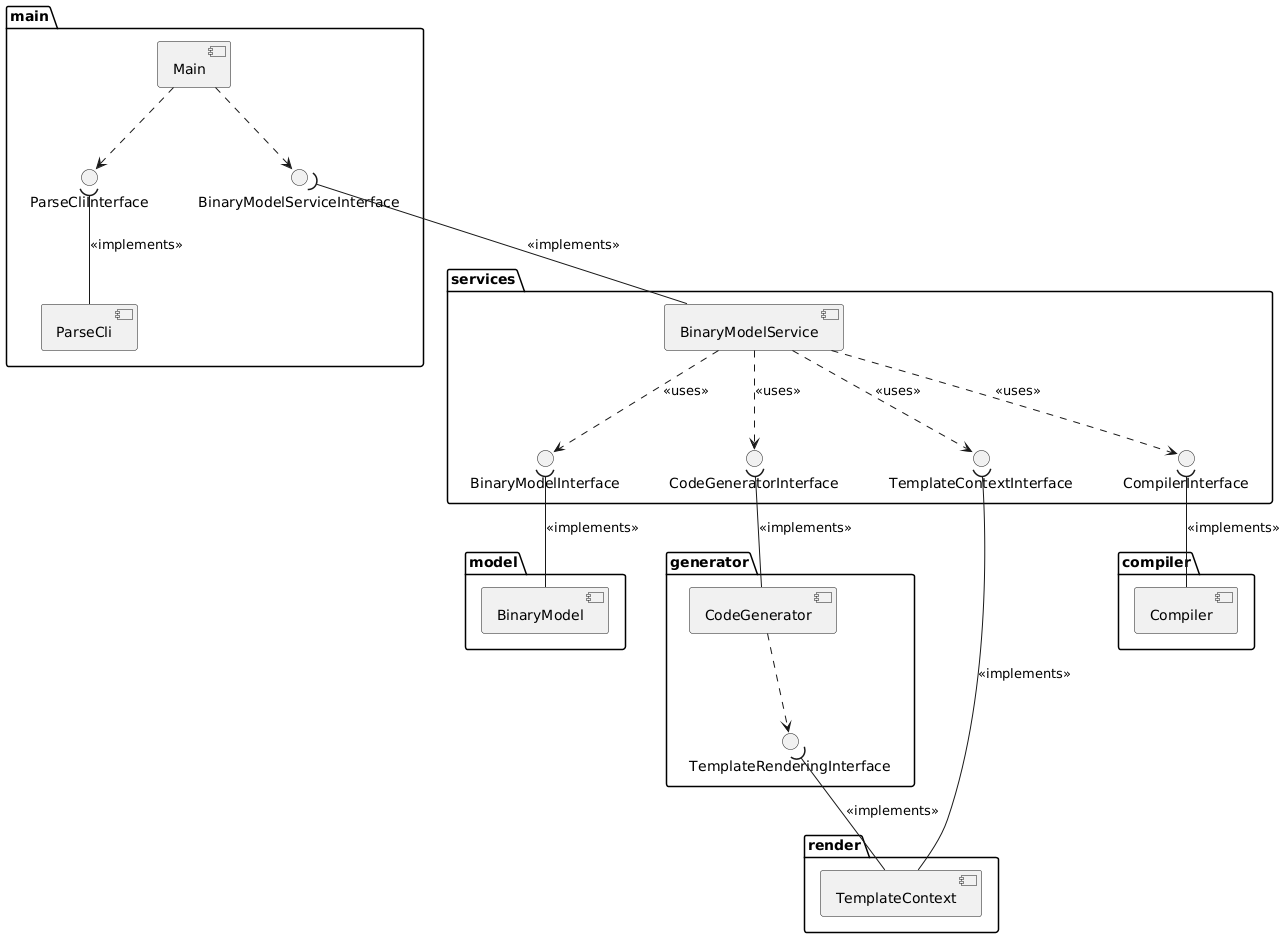
Above: doc/dependencyDiagram.png in fchastanet/bash-compiler (PlantUML), before the change.
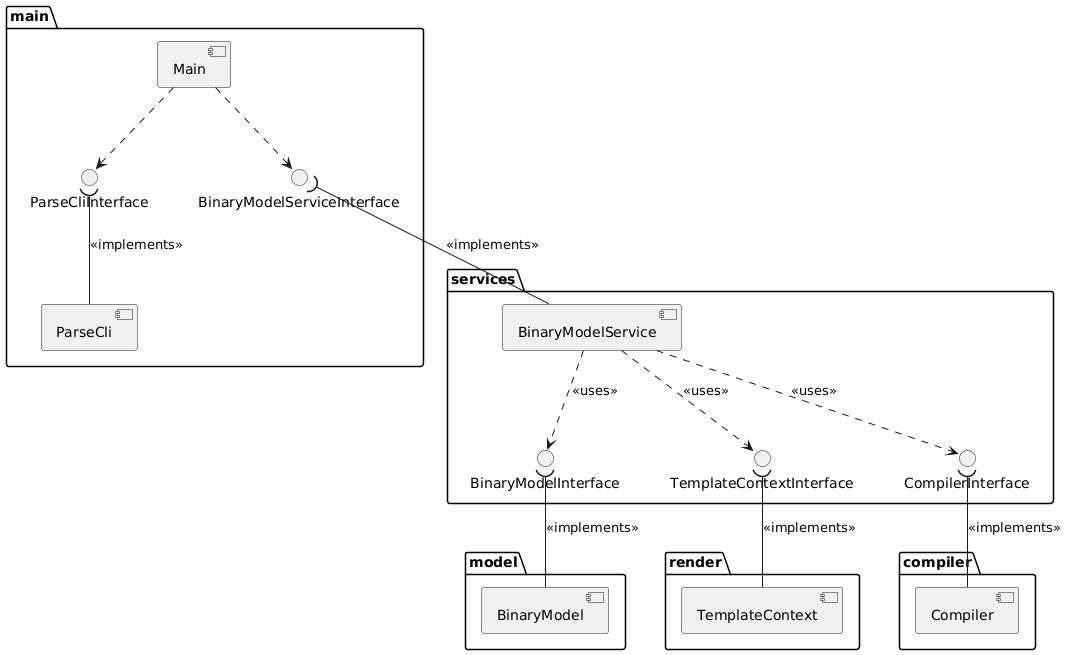
After the commit.

Diff of the diagram source:
```diff
@@ -11,7 +11,6 @@
   BinaryModelServiceInterface )-- [BinaryModelService] : <<implements>>
   [BinaryModelService] ..> BinaryModelInterface : <<uses>>
   [BinaryModelService] ..> TemplateContextInterface : <<uses>>
-  [BinaryModelService] ..> CodeGeneratorInterface : <<uses>>
   [BinaryModelService] ..> CompilerInterface : <<uses>>
 }
 
@@ -23,12 +22,6 @@
   TemplateContextInterface )-- [TemplateContext] : <<implements>>
 }
 
-package generator {
-  CodeGeneratorInterface )-- [CodeGenerator] : <<implements>>
-  [CodeGenerator] ..> TemplateRenderingInterface
-  TemplateRenderingInterface )-- [TemplateContext] : <<implements>>
-}
-
 package compiler {
   CompilerInterface )-- [Compiler] : <<implements>>
 }
```
